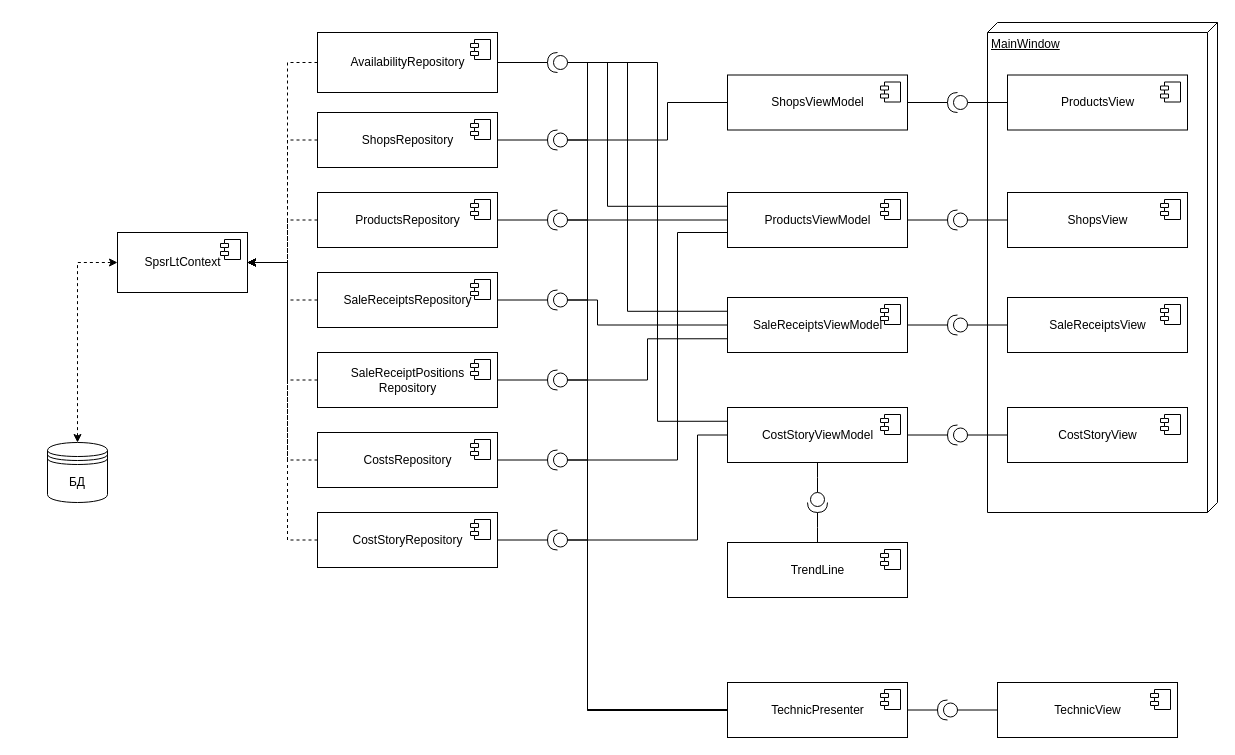
Earlier version of the draw.io diagram docs/inc/img/Components.drawio (Yokud/DBCourseWork). Source tidied: cells renumbered, new cells numbered last; positions are measured from the earlier drawing's top-left corner, leaving out a move shared by most shapes. Both pictures are drawn from the tidied source at 100%, with x=0, y=0 at pixel (47, 22).
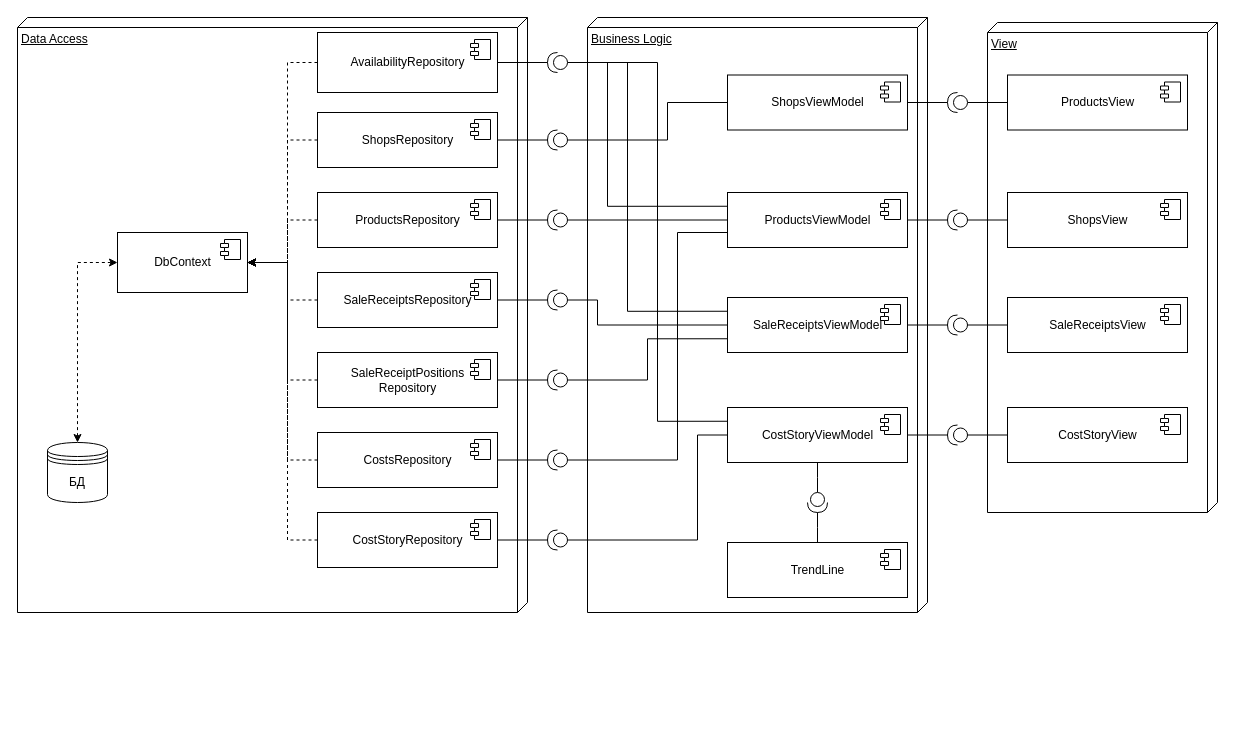
The same diagram, later.

The change refers to these unchanged cells:
```xml
<mxCell id="10" style="shape=providedRequiredInterface;html=1;verticalLabelPosition=bottom;sketch=0;flipH=1;" parent="1" vertex="1">
  <mxGeometry x="500" y="30" width="20" height="20" as="geometry" />
</mxCell>
<mxCell id="47" style="shape=providedRequiredInterface;html=1;verticalLabelPosition=bottom;sketch=0;flipH=1;" parent="1" vertex="1">
  <mxGeometry x="500" y="107.5" width="20" height="20" as="geometry" />
</mxCell>
<mxCell id="51" style="shape=providedRequiredInterface;html=1;verticalLabelPosition=bottom;sketch=0;flipH=1;" parent="1" vertex="1">
  <mxGeometry x="500" y="187.5" width="20" height="20" as="geometry" />
</mxCell>
<mxCell id="55" style="shape=providedRequiredInterface;html=1;verticalLabelPosition=bottom;sketch=0;flipH=1;" parent="1" vertex="1">
  <mxGeometry x="500" y="267.5" width="20" height="20" as="geometry" />
</mxCell>
<mxCell id="59" style="shape=providedRequiredInterface;html=1;verticalLabelPosition=bottom;sketch=0;flipH=1;" parent="1" vertex="1">
  <mxGeometry x="500" y="347.5" width="20" height="20" as="geometry" />
</mxCell>
<mxCell id="63" style="shape=providedRequiredInterface;html=1;verticalLabelPosition=bottom;sketch=0;flipH=1;" parent="1" vertex="1">
  <mxGeometry x="500" y="427.5" width="20" height="20" as="geometry" />
</mxCell>
<mxCell id="67" style="shape=providedRequiredInterface;html=1;verticalLabelPosition=bottom;sketch=0;flipH=1;" parent="1" vertex="1">
  <mxGeometry x="500" y="507.5" width="20" height="20" as="geometry" />
</mxCell>
```

What changed in the source:
```diff
@@
+    <mxCell id="98" value="Data Access" style="verticalAlign=top;align=left;spacingTop=8;spacingLeft=2;spacingRight=12;shape=cube;size=10;direction=south;fontStyle=4;html=1;" parent="1" vertex="1">
+      <mxGeometry x="-30" y="-5" width="510" height="595" as="geometry" />
+    </mxCell>
+    <mxCell id="99" value="Business Logic" style="verticalAlign=top;align=left;spacingTop=8;spacingLeft=2;spacingRight=12;shape=cube;size=10;direction=south;fontStyle=4;html=1;" parent="1" vertex="1">
+      <mxGeometry x="540" y="-5" width="340" height="595" as="geometry" />
+    </mxCell>
-    <mxCell id="2" value="MainWindow" style="verticalAlign=top;align=left;spacingTop=8;spacingLeft=2;spacingRight=12;shape=cube;size=10;direction=south;fontStyle=4;html=1;" parent="1" vertex="1">
+    <mxCell id="2" value="View" style="verticalAlign=top;align=left;spacingTop=8;spacingLeft=2;spacingRight=12;shape=cube;size=10;direction=south;fontStyle=4;html=1;" parent="1" vertex="1">
       <mxGeometry x="940" width="230" height="490" as="geometry" />
     </mxCell>
@@
-    <mxCell id="6" style="edgeStyle=orthogonalEdgeStyle;rounded=0;jettySize=auto;html=1;exitX=0;exitY=0.5;exitDx=0;exitDy=0;exitPerimeter=0;entryX=0;entryY=0.5;entryDx=0;entryDy=0;endArrow=none;endFill=0;" parent="1" edge="1" source="10" target="74">
-      <mxGeometry relative="1" as="geometry">
-        <Array as="points">
-          <mxPoint x="540" y="40" />
-          <mxPoint x="540" y="688" />
-        </Array>
-      </mxGeometry>
-    </mxCell>
@@
-    <mxCell id="11" value="SpsrLtContext" style="html=1;" parent="1" vertex="1">
+    <mxCell id="11" value="DbContext" style="html=1;" parent="1" vertex="1">
       <mxGeometry x="70" y="210" width="130" height="60" as="geometry" />
     </mxCell>
@@
-    <mxCell id="45" style="edgeStyle=orthogonalEdgeStyle;rounded=0;jettySize=auto;html=1;exitX=0;exitY=0.5;exitDx=0;exitDy=0;exitPerimeter=0;entryX=0;entryY=0.5;entryDx=0;entryDy=0;endArrow=none;endFill=0;" parent="1" edge="1" source="47" target="74">
-      <mxGeometry relative="1" as="geometry">
-        <Array as="points">
-          <mxPoint x="540" y="118" />
-          <mxPoint x="540" y="688" />
-        </Array>
-      </mxGeometry>
-    </mxCell>
@@
-    <mxCell id="49" style="edgeStyle=orthogonalEdgeStyle;rounded=0;jettySize=auto;html=1;exitX=0;exitY=0.5;exitDx=0;exitDy=0;exitPerimeter=0;entryX=0;entryY=0.5;entryDx=0;entryDy=0;endArrow=none;endFill=0;" parent="1" edge="1" source="51" target="74">
-      <mxGeometry relative="1" as="geometry">
-        <Array as="points">
-          <mxPoint x="540" y="198" />
-          <mxPoint x="540" y="688" />
-        </Array>
-      </mxGeometry>
-    </mxCell>
@@
-    <mxCell id="53" style="edgeStyle=orthogonalEdgeStyle;rounded=0;jettySize=auto;html=1;exitX=0;exitY=0.5;exitDx=0;exitDy=0;exitPerimeter=0;entryX=0;entryY=0.5;entryDx=0;entryDy=0;endArrow=none;endFill=0;" parent="1" edge="1" source="55" target="74">
-      <mxGeometry relative="1" as="geometry">
-        <Array as="points">
-          <mxPoint x="540" y="278" />
-          <mxPoint x="540" y="688" />
-        </Array>
-      </mxGeometry>
-    </mxCell>
@@
-    <mxCell id="57" style="edgeStyle=orthogonalEdgeStyle;rounded=0;jettySize=auto;html=1;exitX=0;exitY=0.5;exitDx=0;exitDy=0;exitPerimeter=0;entryX=0;entryY=0.5;entryDx=0;entryDy=0;endArrow=none;endFill=0;" parent="1" edge="1" source="59" target="74">
-      <mxGeometry relative="1" as="geometry">
-        <Array as="points">
-          <mxPoint x="540" y="358" />
-          <mxPoint x="540" y="688" />
-        </Array>
-      </mxGeometry>
-    </mxCell>
@@
-    <mxCell id="61" style="edgeStyle=orthogonalEdgeStyle;rounded=0;jettySize=auto;html=1;exitX=0;exitY=0.5;exitDx=0;exitDy=0;exitPerimeter=0;entryX=0;entryY=0.5;entryDx=0;entryDy=0;endArrow=none;endFill=0;" parent="1" edge="1" source="63" target="74">
-      <mxGeometry relative="1" as="geometry">
-        <Array as="points">
-          <mxPoint x="540" y="438" />
-          <mxPoint x="540" y="688" />
-        </Array>
-      </mxGeometry>
-    </mxCell>
@@
-    <mxCell id="65" style="edgeStyle=orthogonalEdgeStyle;rounded=0;jettySize=auto;html=1;exitX=0;exitY=0.5;exitDx=0;exitDy=0;exitPerimeter=0;entryX=0;entryY=0.5;entryDx=0;entryDy=0;endArrow=none;endFill=0;" parent="1" edge="1" source="67" target="74">
-      <mxGeometry relative="1" as="geometry">
-        <Array as="points">
-          <mxPoint x="540" y="518" />
-          <mxPoint x="540" y="688" />
-        </Array>
-      </mxGeometry>
-    </mxCell>
@@
-    <mxCell id="74" value="TechnicPresenter" style="html=1;" parent="1" vertex="1">
-      <mxGeometry x="680" y="660" width="180" height="55" as="geometry" />
-    </mxCell>
-    <mxCell id="75" style="shape=module;jettyWidth=8;jettyHeight=4;" parent="74" vertex="1">
-      <mxGeometry x="1" width="20" height="20" relative="1" as="geometry">
-        <mxPoint x="-27" y="7" as="offset" />
-      </mxGeometry>
-    </mxCell>
-    <mxCell id="76" value="TechnicView" style="html=1;" parent="1" vertex="1">
-      <mxGeometry x="950" y="660" width="180" height="55" as="geometry" />
-    </mxCell>
-    <mxCell id="77" style="shape=module;jettyWidth=8;jettyHeight=4;" parent="76" vertex="1">
-      <mxGeometry x="1" width="20" height="20" relative="1" as="geometry">
-        <mxPoint x="-27" y="7" as="offset" />
-      </mxGeometry>
-    </mxCell>
@@
-    <mxCell id="80" style="edgeStyle=orthogonalEdgeStyle;rounded=0;jettySize=auto;html=1;exitX=1;exitY=0.5;exitDx=0;exitDy=0;exitPerimeter=0;entryX=1;entryY=0.5;entryDx=0;entryDy=0;endArrow=none;endFill=0;elbow=vertical;" parent="1" edge="1" source="82" target="74">
-      <mxGeometry relative="1" as="geometry" />
-    </mxCell>
-    <mxCell id="81" style="edgeStyle=orthogonalEdgeStyle;rounded=0;jettySize=auto;html=1;exitX=0;exitY=0.5;exitDx=0;exitDy=0;exitPerimeter=0;entryX=0;entryY=0.5;entryDx=0;entryDy=0;endArrow=none;endFill=0;elbow=vertical;" parent="1" edge="1" source="82" target="76">
-      <mxGeometry relative="1" as="geometry" />
-    </mxCell>
-    <mxCell id="82" style="shape=providedRequiredInterface;html=1;verticalLabelPosition=bottom;sketch=0;flipH=1;" parent="1" vertex="1">
-      <mxGeometry x="890" y="677.5" width="20" height="20" as="geometry" />
-    </mxCell>
```
